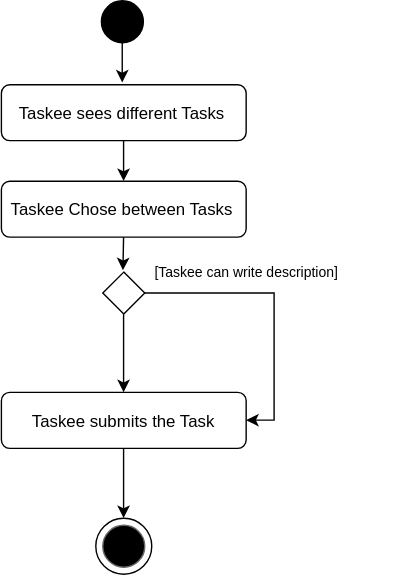
This is planning-and-analysis/functional-modeling/diagrams/activity-diagram/request-activity-diagram.svg from hessamhz/software-engineering-project, a draw.io export, as it was before one commit. Source tidied: cells renumbered, new cells last; positions are measured from the earlier drawing's top-left corner, leaving out a move shared by most shapes.
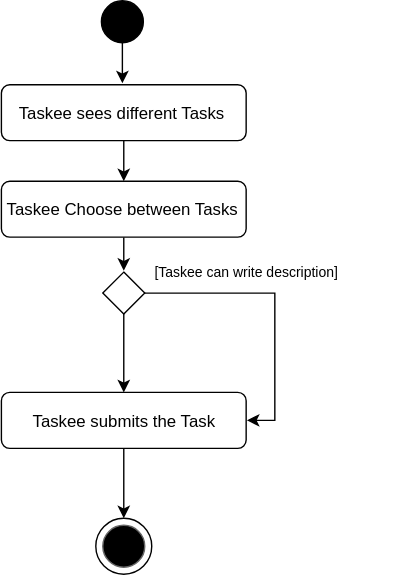
After the commit.

Change to the diagram source:
```diff
@@ -19,7 +19,7 @@
         <mxPoint x="86.6" y="192.7" as="targetPoint" />
       </mxGeometry>
     </mxCell>
-    <mxCell id="7" value="Taskee Chose between Tasks&amp;nbsp;" style="rounded=1;whiteSpace=wrap;html=1;" parent="1" vertex="1">
+    <mxCell id="7" value="Taskee Choose between Tasks&amp;nbsp;" style="rounded=1;whiteSpace=wrap;html=1;" parent="1" vertex="1">
       <mxGeometry x="-0.5" y="129" width="175" height="40" as="geometry" />
     </mxCell>
     <mxCell id="8" style="ellipse;whiteSpace=wrap;html=1;" parent="1" vertex="1">
```
